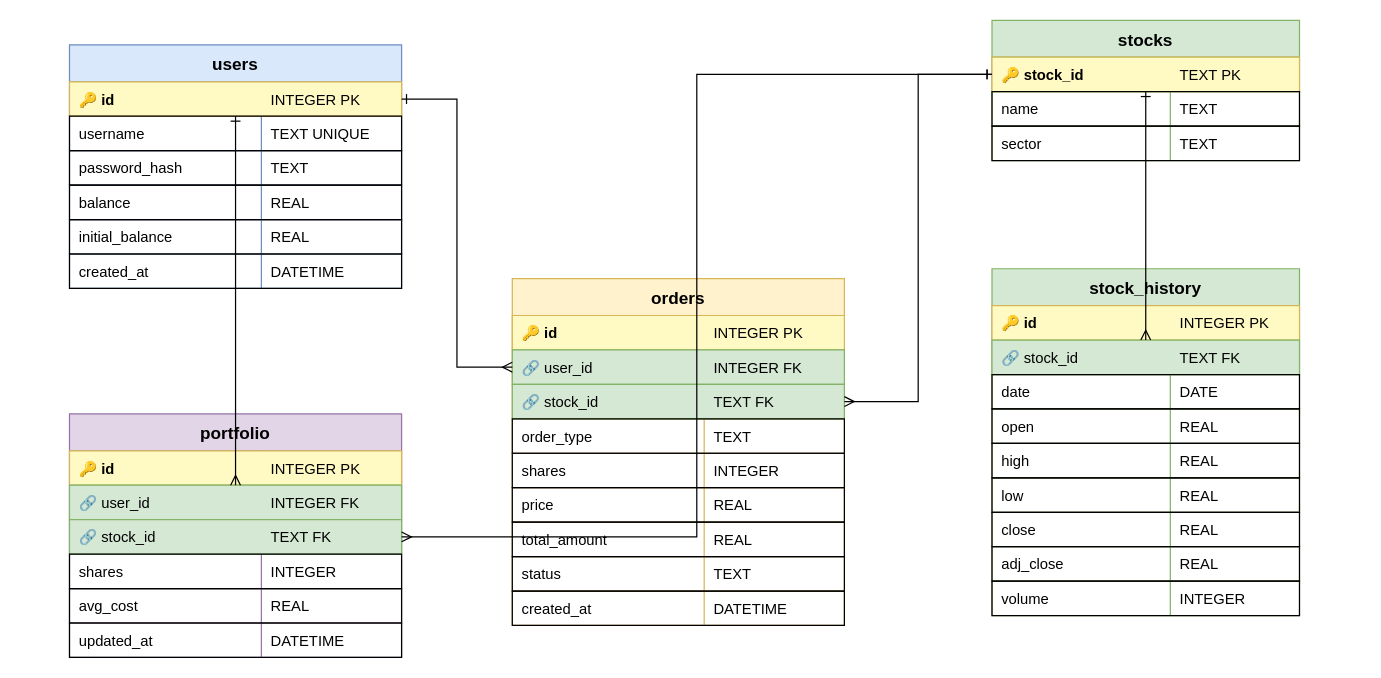
The draw.io diagram graph/schema.drawio in l1ang0226/Database_Project, before the edit. Source tidied: cells renumbered, new cells numbered last; positions are measured from the earlier drawing's top-left corner, leaving out a move shared by most shapes. Both pictures are drawn from the tidied source at 123%, with x=0, y=0 at pixel (69, 20).
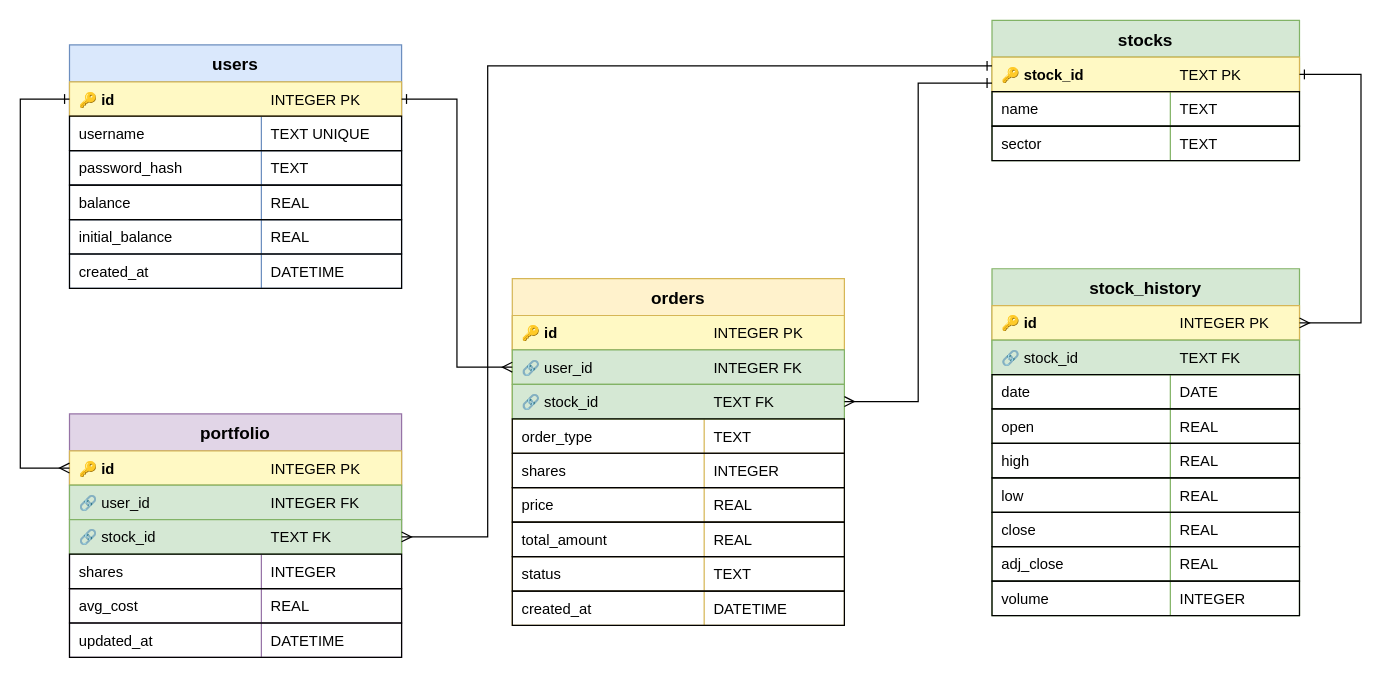
Above is the later version.

Unchanged cells that the change refers to:
```xml
<mxCell id="3" style="shape=tableRow;horizontal=0;startSize=0;swimlaneHead=0;swimlaneBody=0;fillColor=#fff9c4;strokeColor=#d6b656;points=[[0,0.5],[1,0.5]];portConstraint=eastwest;fontSize=12;" parent="2" vertex="1">
  <mxGeometry y="30" width="270" height="28" as="geometry" />
</mxCell>
<mxCell id="4" value="🔑 id" style="text;strokeColor=none;fillColor=none;align=left;verticalAlign=middle;spacingLeft=6;overflow=hidden;fontStyle=1;" parent="3" vertex="1">
  <mxGeometry width="156" height="28" as="geometry" />
</mxCell>
<mxCell id="22" style="shape=tableRow;horizontal=0;startSize=0;swimlaneHead=0;swimlaneBody=0;fillColor=#fff9c4;strokeColor=#d6b656;points=[[0,0.5],[1,0.5]];portConstraint=eastwest;fontSize=12;" parent="21" vertex="1">
  <mxGeometry y="30" width="250" height="28" as="geometry" />
</mxCell>
<mxCell id="23" value="🔑 stock_id" style="text;strokeColor=none;fillColor=none;align=left;verticalAlign=middle;spacingLeft=6;overflow=hidden;fontStyle=1;" parent="22" vertex="1">
  <mxGeometry width="145" height="28" as="geometry" />
</mxCell>
<mxCell id="24" value="TEXT PK" style="text;strokeColor=none;fillColor=none;align=left;verticalAlign=middle;spacingLeft=6;overflow=hidden;" parent="22" vertex="1">
  <mxGeometry x="145" width="105" height="28" as="geometry" />
</mxCell>
<mxCell id="34" value="INTEGER PK" style="text;strokeColor=none;fillColor=none;align=left;verticalAlign=middle;spacingLeft=6;overflow=hidden;" parent="32" vertex="1">
  <mxGeometry x="145" width="105" height="28" as="geometry" />
</mxCell>
<mxCell id="35" style="shape=tableRow;horizontal=0;startSize=0;swimlaneHead=0;swimlaneBody=0;fillColor=#d5e8d4;strokeColor=#82b366;points=[[0,0.5],[1,0.5]];portConstraint=eastwest;fontSize=12;" parent="31" vertex="1">
  <mxGeometry y="58" width="250" height="28" as="geometry" />
</mxCell>
<mxCell id="66" style="shape=tableRow;horizontal=0;startSize=0;swimlaneHead=0;swimlaneBody=0;fillColor=#d5e8d4;strokeColor=#82b366;points=[[0,0.5],[1,0.5]];portConstraint=eastwest;fontSize=12;" parent="59" vertex="1">
  <mxGeometry y="86" width="270" height="28" as="geometry" />
</mxCell>
<mxCell id="89" value="🔑 id" style="text;strokeColor=none;fillColor=none;align=left;verticalAlign=middle;spacingLeft=6;overflow=hidden;fontStyle=1;" parent="88" vertex="1">
  <mxGeometry width="156" height="28" as="geometry" />
</mxCell>
<mxCell id="91" style="shape=tableRow;horizontal=0;startSize=0;swimlaneHead=0;swimlaneBody=0;fillColor=#d5e8d4;strokeColor=#82b366;points=[[0,0.5],[1,0.5]];portConstraint=eastwest;fontSize=12;" parent="87" vertex="1">
  <mxGeometry y="58" width="270" height="28" as="geometry" />
</mxCell>
<mxCell id="94" style="shape=tableRow;horizontal=0;startSize=0;swimlaneHead=0;swimlaneBody=0;fillColor=#d5e8d4;strokeColor=#82b366;points=[[0,0.5],[1,0.5]];portConstraint=eastwest;fontSize=12;" parent="87" vertex="1">
  <mxGeometry y="86" width="270" height="28" as="geometry" />
</mxCell>
<mxCell id="96" value="TEXT FK" style="text;strokeColor=none;fillColor=none;align=left;verticalAlign=middle;spacingLeft=6;overflow=hidden;" parent="94" vertex="1">
  <mxGeometry x="156" width="114" height="28" as="geometry" />
</mxCell>
```

The edit, as a diff of the source:
```diff
@@
-    <mxCell id="107" style="edgeStyle=orthogonalEdgeStyle;rounded=0;jettySize=auto;exitX=0.5;exitY=1;exitDx=0;exitDy=0;entryX=0.5;entryY=0;entryDx=0;entryDy=0;endArrow=ERmany;startArrow=ERone;endFill=0;startFill=0;" parent="1" edge="1" source="3" target="91">
-      <mxGeometry relative="1" as="geometry" />
+    <mxCell id="107" style="edgeStyle=orthogonalEdgeStyle;rounded=0;jettySize=auto;exitX=0;exitY=0.5;exitDx=0;exitDy=0;entryX=0;entryY=0.5;entryDx=0;entryDy=0;endArrow=ERmany;startArrow=ERone;endFill=0;startFill=0;" parent="1" edge="1" source="4" target="89">
+      <mxGeometry relative="1" as="geometry">
+        <Array as="points">
+          <mxPoint x="-40" y="64" />
+          <mxPoint x="-40" y="364" />
+        </Array>
+      </mxGeometry>
     </mxCell>
-    <mxCell id="108" style="edgeStyle=orthogonalEdgeStyle;rounded=0;jettySize=auto;exitX=0.5;exitY=1;exitDx=0;exitDy=0;entryX=0.5;entryY=0;entryDx=0;entryDy=0;endArrow=ERmany;startArrow=ERone;endFill=0;startFill=0;" parent="1" edge="1" source="22" target="35">
-      <mxGeometry relative="1" as="geometry" />
+    <mxCell id="108" style="edgeStyle=orthogonalEdgeStyle;rounded=0;jettySize=auto;exitX=1;exitY=0.5;exitDx=0;exitDy=0;entryX=1;entryY=0.5;entryDx=0;entryDy=0;endArrow=ERmany;startArrow=ERone;endFill=0;startFill=0;" parent="1" edge="1" source="24" target="34">
+      <mxGeometry relative="1" as="geometry">
+        <Array as="points">
+          <mxPoint x="1050" y="44" />
+          <mxPoint x="1050" y="246" />
+        </Array>
+      </mxGeometry>
     </mxCell>
-    <mxCell id="109" style="edgeStyle=orthogonalEdgeStyle;rounded=0;jettySize=auto;exitX=0;exitY=0.5;exitDx=0;exitDy=0;entryX=1;entryY=0.5;entryDx=0;entryDy=0;endArrow=ERmany;startArrow=ERone;endFill=0;startFill=0;" parent="1" edge="1" source="22" target="66">
+    <mxCell id="109" style="edgeStyle=orthogonalEdgeStyle;rounded=0;jettySize=auto;entryX=1;entryY=0.5;entryDx=0;entryDy=0;endArrow=ERmany;startArrow=ERone;endFill=0;startFill=0;exitX=0;exitY=0.75;exitDx=0;exitDy=0;" parent="1" edge="1" source="23" target="66">
       <mxGeometry relative="1" as="geometry" />
     </mxCell>
-    <mxCell id="110" style="edgeStyle=orthogonalEdgeStyle;rounded=0;jettySize=auto;exitX=0;exitY=0.5;exitDx=0;exitDy=0;entryX=1;entryY=0.5;entryDx=0;entryDy=0;endArrow=ERmany;startArrow=ERone;endFill=0;startFill=0;" parent="1" edge="1" source="22" target="94">
-      <mxGeometry relative="1" as="geometry" />
+    <mxCell id="110" style="edgeStyle=orthogonalEdgeStyle;rounded=0;jettySize=auto;exitX=0;exitY=0.25;exitDx=0;exitDy=0;endArrow=ERmany;startArrow=ERone;endFill=0;startFill=0;entryX=1;entryY=0.5;entryDx=0;entryDy=0;" parent="1" edge="1" source="23" target="96">
+      <mxGeometry relative="1" as="geometry">
+        <Array as="points">
+          <mxPoint x="340" y="37" />
+          <mxPoint x="340" y="420" />
+        </Array>
+      </mxGeometry>
     </mxCell>
```
